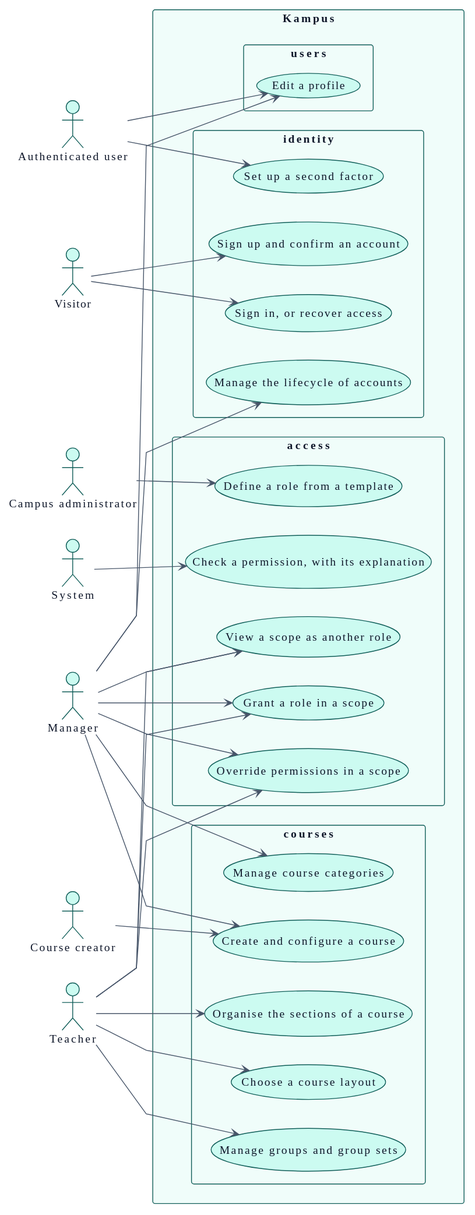
Before: docs/01-requirements/use-case-overview.svg, a diagram exported from PlantUML (didactika/kampus).
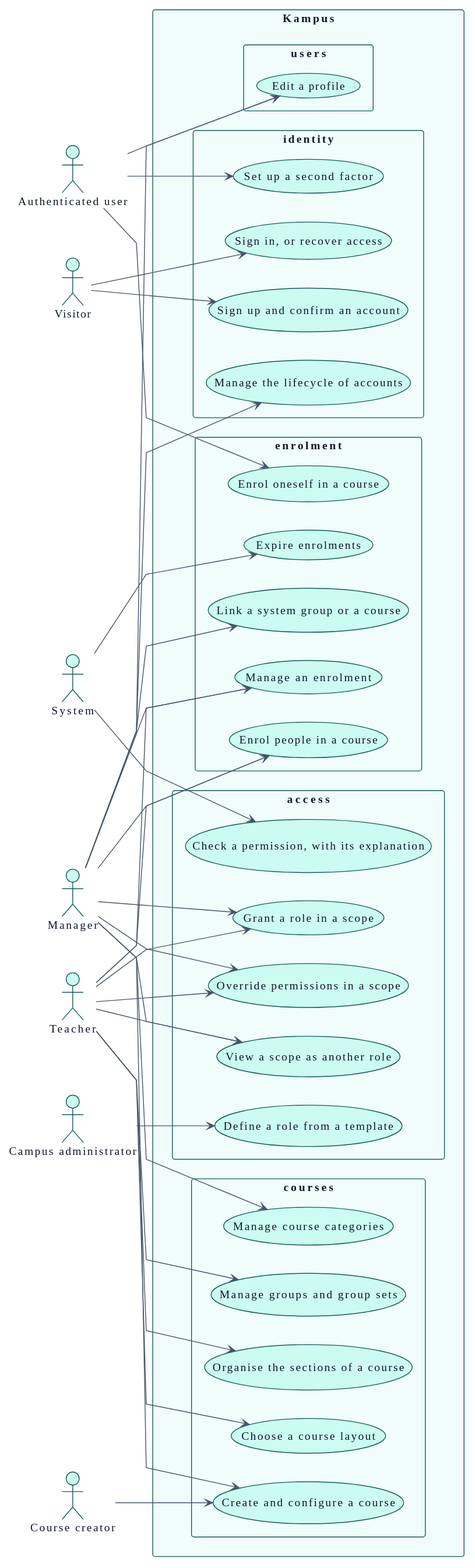
Above is the later version.

The edit, as a diff of the source:
```diff
@@ -138,6 +138,13 @@
     usecase "Manage groups and group sets" as UC_manageGroups
     usecase "Choose a course layout" as UC_chooseCourseLayout
   }
+  package "enrolment" {
+    usecase "Enrol people in a course" as UC_enrolPeople
+    usecase "Enrol oneself in a course" as UC_selfEnrol
+    usecase "Manage an enrolment" as UC_manageEnrolment
+    usecase "Link a system group or a course" as UC_linkEnrolmentSource
+    usecase "Expire enrolments" as UC_expireEnrolments
+  }
 }
 
 A_Manager --> UC_grantRole
@@ -160,4 +167,11 @@
 A_Teacher --> UC_organiseSections
 A_Teacher --> UC_manageGroups
 A_Teacher --> UC_chooseCourseLayout
+A_Teacher --> UC_enrolPeople
+A_Manager --> UC_enrolPeople
+A_Authenticated_user --> UC_selfEnrol
+A_Teacher --> UC_manageEnrolment
+A_Manager --> UC_manageEnrolment
+A_Manager --> UC_linkEnrolmentSource
+A_System --> UC_expireEnrolments
 @enduml
```
